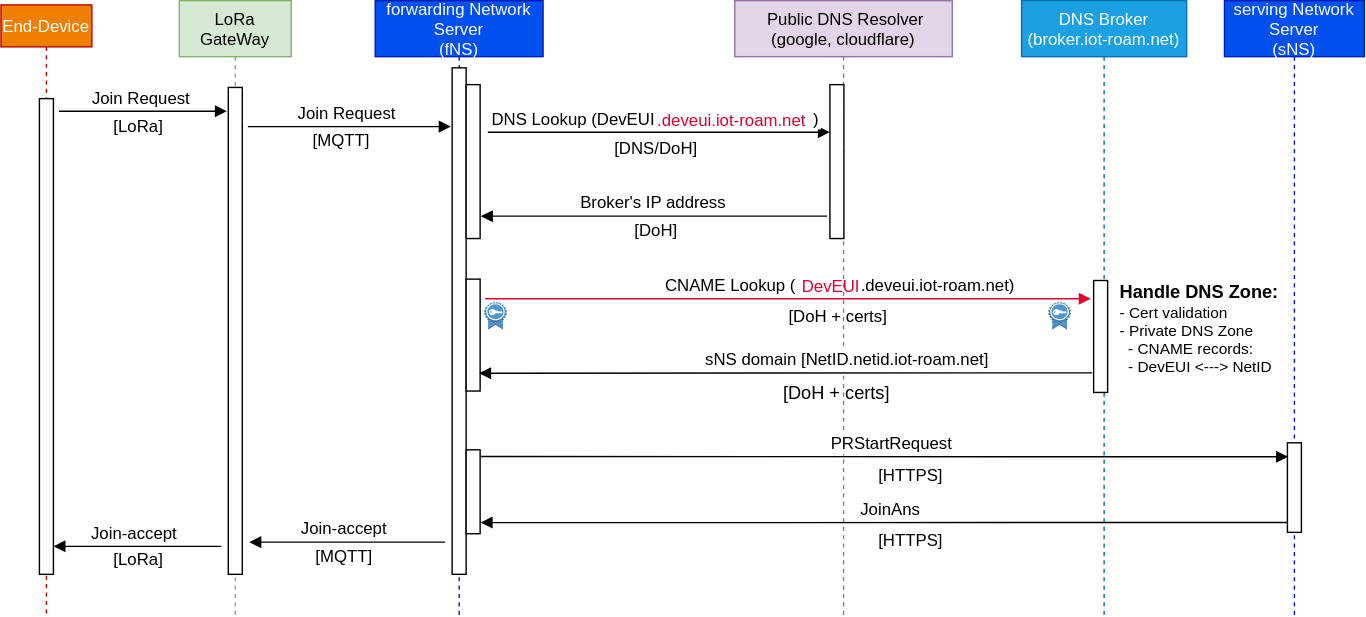
Before: images/echange.svg, a diagram exported from draw.io (MarinoMtz/LoRaWAN-Roaming-Tutorial). Source tidied: cells renumbered, new cells last; positions are measured from the earlier drawing's top-left corner, leaving out a move shared by most shapes.
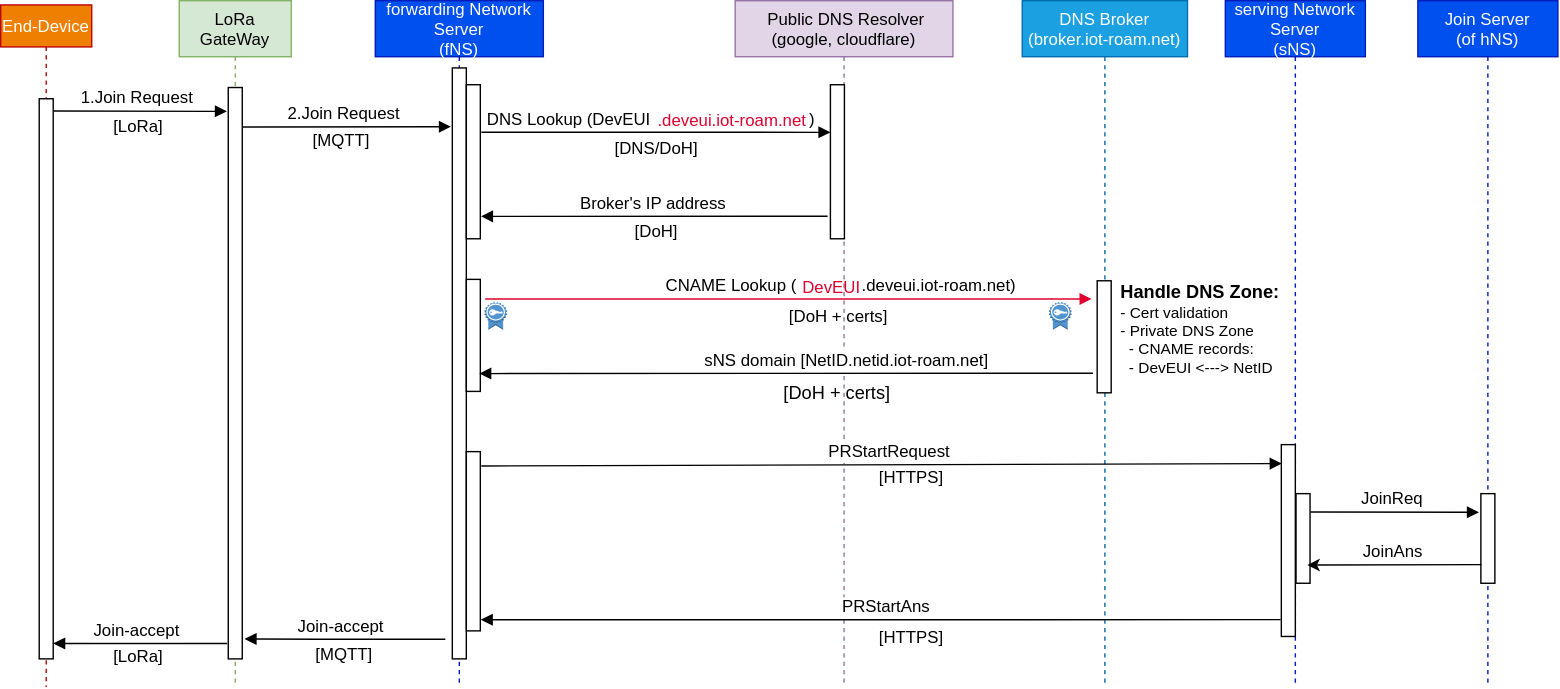
After the change.

Change to the diagram source:
```diff
@@ -9,17 +9,17 @@
       </mxGeometry>
     </mxCell>
     <mxCell id="3" value="forwarding Network &#10;Server&#10;(fNS)" style="shape=umlLifeline;perimeter=lifelinePerimeter;rounded=0;shadow=0;strokeWidth=1;size=40;fillColor=#0050ef;fontColor=#ffffff;strokeColor=#001DBC;" parent="1" vertex="1">
-      <mxGeometry x="267.5" width="120" height="440" as="geometry" />
+      <mxGeometry x="267.5" width="120" height="490" as="geometry" />
     </mxCell>
-    <mxCell id="4" style="perimeter=orthogonalPerimeter;rounded=0;shadow=0;strokeWidth=1;" parent="3" vertex="1">
-      <mxGeometry x="55" y="48" width="10" height="362" as="geometry" />
-    </mxCell>
+    <mxCell id="42" style="perimeter=orthogonalPerimeter;rounded=0;shadow=0;strokeWidth=1;" parent="3" vertex="1">
+      <mxGeometry x="55" y="48" width="10" height="422" as="geometry" />
+    </mxCell>
     <mxCell id="5" style="points=[];perimeter=orthogonalPerimeter;rounded=0;shadow=0;strokeWidth=1;" parent="3" vertex="1">
       <mxGeometry x="65" y="60" width="10" height="110" as="geometry" />
     </mxCell>
-    <mxCell id="6" style="points=[];perimeter=orthogonalPerimeter;rounded=0;shadow=0;strokeWidth=1;" parent="3" vertex="1">
-      <mxGeometry x="65" y="321" width="10" height="60" as="geometry" />
-    </mxCell>
+    <mxCell id="43" style="points=[];perimeter=orthogonalPerimeter;rounded=0;shadow=0;strokeWidth=1;" parent="3" vertex="1">
+      <mxGeometry x="65" y="322" width="10" height="128" as="geometry" />
+    </mxCell>
     <mxCell id="7" style="points=[];perimeter=orthogonalPerimeter;rounded=0;shadow=0;strokeWidth=1;" parent="3" vertex="1">
       <mxGeometry x="65" y="199" width="10" height="80" as="geometry" />
     </mxCell>
@@ -30,7 +30,7 @@
       <mxGeometry x="481.2" y="215" width="16" height="20" as="geometry" />
     </mxCell>
     <mxCell id="10" value=" Public DNS Resolver&#10;(google, cloudflare)" style="shape=umlLifeline;perimeter=lifelinePerimeter;rounded=0;shadow=0;strokeWidth=1;fillColor=#e1d5e7;strokeColor=#9673a6;" parent="1" vertex="1">
-      <mxGeometry x="524.5" width="155.5" height="440" as="geometry" />
+      <mxGeometry x="524.5" width="155.5" height="490" as="geometry" />
     </mxCell>
     <mxCell id="11" style="points=[];perimeter=orthogonalPerimeter;rounded=0;shadow=0;strokeWidth=1;" parent="10" vertex="1">
       <mxGeometry x="68" y="60" width="10" height="110" as="geometry" />
@@ -44,88 +44,80 @@
     <mxCell id="13" value="[DoH + certs]" style="text;html=1;align=center;verticalAlign=middle;strokeColor=none;fillColor=none;" parent="10" vertex="1">
       <mxGeometry x="28" y="215.5" width="90" height="20" as="geometry" />
     </mxCell>
-    <mxCell id="14" value="[HTTPS]" style="text;html=1;align=center;verticalAlign=middle;strokeColor=none;fillColor=none;" parent="10" vertex="1">
-      <mxGeometry x="95.5" y="330" width="60" height="20" as="geometry" />
-    </mxCell>
+    <mxCell id="44" value="[HTTPS]" style="text;html=1;align=center;verticalAlign=middle;strokeColor=none;fillColor=none;" parent="10" vertex="1">
+      <mxGeometry x="95.5" y="331" width="60" height="20" as="geometry" />
+    </mxCell>
     <mxCell id="15" value="[DoH + certs]" style="text;html=1;align=center;verticalAlign=middle;strokeColor=none;fillColor=none;fontSize=13;" parent="10" vertex="1">
       <mxGeometry x="27.2" y="270" width="90" height="20" as="geometry" />
     </mxCell>
-    <mxCell id="16" value="[HTTPS]" style="text;html=1;align=center;verticalAlign=middle;strokeColor=none;fillColor=none;" parent="10" vertex="1">
-      <mxGeometry x="95.5" y="376" width="60" height="20" as="geometry" />
-    </mxCell>
+    <mxCell id="45" value="[HTTPS]" style="text;html=1;align=center;verticalAlign=middle;strokeColor=none;fillColor=none;" parent="10" vertex="1">
+      <mxGeometry x="95.5" y="445" width="60" height="20" as="geometry" />
+    </mxCell>
-    <mxCell id="17" value="DNS Lookup (DevEUI                                  )" style="verticalAlign=bottom;endArrow=block;shadow=0;strokeWidth=1;entryX=0;entryY=0.309;entryDx=0;entryDy=0;entryPerimeter=0;fontSize=12;" parent="1" edge="1" target="11">
-      <mxGeometry x="-0.02" relative="1" as="geometry">
-        <mxPoint x="348" y="94" as="sourcePoint" />
-      </mxGeometry>
+    <mxCell id="17" value="DNS Lookup (DevEUI                                  )" style="verticalAlign=bottom;endArrow=block;shadow=0;strokeWidth=1;entryX=0;entryY=0.309;entryDx=0;entryDy=0;entryPerimeter=0;fontSize=12;exitX=1.073;exitY=0.308;exitDx=0;exitDy=0;exitPerimeter=0;" parent="1" edge="1" source="5" target="11">
+      <mxGeometry x="-0.02" relative="1" as="geometry" />
     </mxCell>
     <mxCell id="18" value="serving Network &#10;Server&#10;(sNS)" style="shape=umlLifeline;perimeter=lifelinePerimeter;rounded=0;shadow=0;strokeWidth=1;fillColor=#0050ef;fontColor=#ffffff;strokeColor=#001DBC;" parent="1" vertex="1">
-      <mxGeometry x="874.5" width="100" height="440" as="geometry" />
+      <mxGeometry x="874.5" width="100" height="490" as="geometry" />
     </mxCell>
-    <mxCell id="19" style="perimeter=orthogonalPerimeter;rounded=0;shadow=0;strokeWidth=1;" parent="18" vertex="1">
-      <mxGeometry x="45" y="316" width="10" height="64" as="geometry" />
-    </mxCell>
+    <mxCell id="46" style="points=[];perimeter=orthogonalPerimeter;rounded=0;shadow=0;strokeWidth=1;" parent="18" vertex="1">
+      <mxGeometry x="40" y="317" width="10" height="137" as="geometry" />
+    </mxCell>
     <mxCell id="20" value="DNS Broker&#10;(broker.iot-roam.net)" style="shape=umlLifeline;perimeter=lifelinePerimeter;rounded=0;shadow=0;strokeWidth=1;fillColor=#1ba1e2;fontColor=#ffffff;strokeColor=#006EAF;" parent="1" vertex="1">
-      <mxGeometry x="729.5" width="118" height="440" as="geometry" />
+      <mxGeometry x="729.5" width="118" height="490" as="geometry" />
     </mxCell>
-    <mxCell id="21" style="perimeter=orthogonalPerimeter;rounded=0;shadow=0;strokeWidth=1;fillColor=default;" parent="20" vertex="1">
-      <mxGeometry x="51.5" y="200" width="10" height="80" as="geometry" />
-    </mxCell>
+    <mxCell id="47" style="perimeter=orthogonalPerimeter;rounded=0;shadow=0;strokeWidth=1;fillColor=default;" parent="20" vertex="1">
+      <mxGeometry x="53.5" y="200" width="10" height="80" as="geometry" />
+    </mxCell>
     <mxCell id="22" value="&lt;div style=&quot;font-size: 11px&quot;&gt;&lt;font size=&quot;1&quot;&gt;&lt;b style=&quot;font-size: 13px&quot;&gt;Handle DNS Zone:&lt;/b&gt;&lt;/font&gt;&lt;/div&gt;&lt;div style=&quot;font-size: 11px&quot;&gt;- Cert validation&lt;br style=&quot;font-size: 11px&quot;&gt;&lt;/div&gt;&lt;div style=&quot;font-size: 11px&quot;&gt;&lt;div style=&quot;font-size: 11px&quot;&gt;- Private DNS Zone&lt;/div&gt;&lt;div style=&quot;font-size: 11px&quot;&gt;&amp;nbsp; - CNAME records:&lt;br&gt;&lt;/div&gt;&lt;div style=&quot;font-size: 11px&quot;&gt;&amp;nbsp; - DevEUI &amp;lt;---&amp;gt; NetID&lt;br&gt;&lt;/div&gt;&lt;/div&gt;" style="text;html=1;strokeColor=none;fillColor=none;align=left;verticalAlign=middle;whiteSpace=wrap;rounded=0;fontSize=11;" parent="20" vertex="1">
       <mxGeometry x="68" y="200" width="140" height="70" as="geometry" />
     </mxCell>
-    <mxCell id="23" value="JoinAns" style="verticalAlign=bottom;endArrow=block;shadow=0;strokeWidth=1;entryX=1.033;entryY=0.867;entryDx=0;entryDy=0;entryPerimeter=0;fontSize=12;" parent="1" edge="1">
-      <mxGeometry x="-0.01" relative="1" as="geometry">
-        <mxPoint x="920" y="373" as="sourcePoint" />
-        <mxPoint x="342.8" y="373" as="targetPoint" />
-      </mxGeometry>
-    </mxCell>
+    <mxCell id="48" value="PRStartAns" style="verticalAlign=bottom;endArrow=block;shadow=0;strokeWidth=1;entryX=1.033;entryY=0.867;entryDx=0;entryDy=0;entryPerimeter=0;fontSize=12;" parent="1" edge="1">
+      <mxGeometry x="-0.01" relative="1" as="geometry">
+        <mxPoint x="914" y="442" as="sourcePoint" />
+        <mxPoint x="342.8" y="442" as="targetPoint" />
+      </mxGeometry>
+    </mxCell>
-    <mxCell id="24" value=" PRStartRequest" style="verticalAlign=bottom;endArrow=block;shadow=0;strokeWidth=1;exitX=1.069;exitY=0.08;exitDx=0;exitDy=0;exitPerimeter=0;fontSize=12;" parent="1" edge="1" source="6">
-      <mxGeometry x="0.01" relative="1" as="geometry">
-        <mxPoint x="920" y="326" as="targetPoint" />
-      </mxGeometry>
+    <mxCell id="24" value=" PRStartRequest" style="verticalAlign=bottom;endArrow=block;shadow=0;strokeWidth=1;exitX=1.069;exitY=0.08;exitDx=0;exitDy=0;exitPerimeter=0;fontSize=12;entryX=0.027;entryY=0.099;entryDx=0;entryDy=0;entryPerimeter=0;" parent="1" edge="1" source="43" target="46">
+      <mxGeometry x="0.01" relative="1" as="geometry" />
     </mxCell>
     <mxCell id="25" value="End-Device" style="shape=umlLifeline;perimeter=lifelinePerimeter;rounded=0;shadow=0;strokeWidth=1;size=30;fillColor=#EF7F00;fontColor=#ffffff;strokeColor=#BC0404;" parent="1" vertex="1">
-      <mxGeometry y="3" width="65" height="437" as="geometry" />
+      <mxGeometry y="3" width="65" height="487" as="geometry" />
     </mxCell>
-    <mxCell id="26" style="perimeter=orthogonalPerimeter;rounded=0;shadow=0;strokeWidth=1;" parent="1" vertex="1">
-      <mxGeometry x="27.5" y="70" width="10" height="340" as="geometry" />
-    </mxCell>
-    <mxCell id="27" value="Join-accept" style="verticalAlign=bottom;endArrow=block;shadow=0;strokeWidth=1;fontSize=12;" parent="1" edge="1">
-      <mxGeometry x="0.03" relative="1" as="geometry">
-        <mxPoint x="317.5" y="387" as="sourcePoint" />
-        <mxPoint x="177.5" y="387" as="targetPoint" />
-        <Array as="points">
-          <mxPoint x="237.5" y="387" />
-        </Array>
-      </mxGeometry>
-    </mxCell>
+    <mxCell id="49" style="points=[];perimeter=orthogonalPerimeter;rounded=0;shadow=0;strokeWidth=1;" parent="1" vertex="1">
+      <mxGeometry x="27.5" y="70" width="10" height="400" as="geometry" />
+    </mxCell>
+    <mxCell id="50" value="Join-accept" style="verticalAlign=bottom;endArrow=block;shadow=0;strokeWidth=1;fontSize=12;entryX=1.166;entryY=0.965;entryDx=0;entryDy=0;entryPerimeter=0;" parent="1" edge="1" target="51">
+      <mxGeometry x="0.03" relative="1" as="geometry">
+        <mxPoint x="317.5" y="456" as="sourcePoint" />
+        <Array as="points">
+          <mxPoint x="237.5" y="456" />
+        </Array>
+      </mxGeometry>
+    </mxCell>
     <mxCell id="28" value="LoRa&#10;GateWay" style="shape=umlLifeline;perimeter=lifelinePerimeter;rounded=0;shadow=0;strokeWidth=1;fillColor=#d5e8d4;strokeColor=#82b366;" parent="1" vertex="1">
-      <mxGeometry x="127.5" width="80" height="440" as="geometry" />
+      <mxGeometry x="127.5" width="80" height="490" as="geometry" />
     </mxCell>
-    <mxCell id="29" style="perimeter=orthogonalPerimeter;rounded=0;shadow=0;strokeWidth=1;" parent="28" vertex="1">
-      <mxGeometry x="35" y="62" width="10" height="348" as="geometry" />
-    </mxCell>
-    <mxCell id="30" value="Join Request" style="verticalAlign=bottom;endArrow=block;shadow=0;strokeWidth=1;fontSize=12;" parent="28" edge="1">
-      <mxGeometry x="-0.02" relative="1" as="geometry">
-        <mxPoint x="-86" y="79" as="sourcePoint" />
-        <mxPoint x="34" y="79" as="targetPoint" />
-      </mxGeometry>
-    </mxCell>
-    <mxCell id="31" value="Join Request" style="verticalAlign=bottom;endArrow=block;shadow=0;strokeWidth=1;fontSize=12;" parent="1" edge="1">
-      <mxGeometry x="-0.02" relative="1" as="geometry">
-        <mxPoint x="176.5" y="90" as="sourcePoint" />
-        <mxPoint x="321.5" y="90" as="targetPoint" />
-      </mxGeometry>
-    </mxCell>
-    <mxCell id="32" value="Join-accept" style="verticalAlign=bottom;endArrow=block;shadow=0;strokeWidth=1;fontSize=12;" parent="1" edge="1">
-      <mxGeometry x="0.03" relative="1" as="geometry">
-        <mxPoint x="157.5" y="390" as="sourcePoint" />
-        <mxPoint x="37.5" y="390" as="targetPoint" />
-        <Array as="points">
-          <mxPoint x="97.5" y="390" />
-        </Array>
-      </mxGeometry>
-    </mxCell>
+    <mxCell id="51" style="points=[];perimeter=orthogonalPerimeter;rounded=0;shadow=0;strokeWidth=1;" parent="28" vertex="1">
+      <mxGeometry x="35" y="62" width="10" height="408" as="geometry" />
+    </mxCell>
+    <mxCell id="52" value="1.Join Request" style="verticalAlign=bottom;endArrow=block;shadow=0;strokeWidth=1;fontSize=12;exitX=1.019;exitY=0.022;exitDx=0;exitDy=0;exitPerimeter=0;" parent="28" edge="1" source="49">
+      <mxGeometry x="-0.02" relative="1" as="geometry">
+        <mxPoint x="34" y="79" as="targetPoint" />
+      </mxGeometry>
+    </mxCell>
+    <mxCell id="53" value="2.Join Request" style="verticalAlign=bottom;endArrow=block;shadow=0;strokeWidth=1;fontSize=12;exitX=0.996;exitY=0.069;exitDx=0;exitDy=0;exitPerimeter=0;" parent="1" edge="1" source="51">
+      <mxGeometry x="-0.02" relative="1" as="geometry">
+        <mxPoint x="321.5" y="90" as="targetPoint" />
+      </mxGeometry>
+    </mxCell>
+    <mxCell id="54" value="Join-accept" style="verticalAlign=bottom;endArrow=block;shadow=0;strokeWidth=1;fontSize=12;exitX=-0.08;exitY=0.973;exitDx=0;exitDy=0;exitPerimeter=0;" parent="1" edge="1" source="51">
+      <mxGeometry x="0.03" relative="1" as="geometry">
+        <mxPoint x="37.5" y="459" as="targetPoint" />
+        <Array as="points">
+          <mxPoint x="97.5" y="459" />
+        </Array>
+      </mxGeometry>
+    </mxCell>
     <mxCell id="33" value="[LoRa]" style="text;html=1;align=center;verticalAlign=middle;strokeColor=none;fillColor=none;" parent="1" vertex="1">
       <mxGeometry x="72.5" y="80" width="50" height="20" as="geometry" />
     </mxCell>
@@ -139,7 +131,7 @@
       <mxGeometry x="442.5" y="155" width="50" height="20" as="geometry" />
     </mxCell>
     <mxCell id="37" value="[MQTT]" style="text;html=1;align=center;verticalAlign=middle;strokeColor=none;fillColor=none;" parent="1" vertex="1">
-      <mxGeometry x="214.5" y="388" width="60" height="20" as="geometry" />
+      <mxGeometry x="214.5" y="457" width="60" height="20" as="geometry" />
     </mxCell>
     <mxCell id="38" value="sNS domain [NetID.netid.iot-roam.net]" style="verticalAlign=bottom;endArrow=block;shadow=0;strokeWidth=1;entryX=0.926;entryY=0.841;entryDx=0;entryDy=0;entryPerimeter=0;fontSize=12;" parent="1" edge="1" target="7">
       <mxGeometry x="-0.2" relative="1" as="geometry">
@@ -147,7 +139,7 @@
       </mxGeometry>
     </mxCell>
     <mxCell id="39" value="[LoRa]" style="text;html=1;align=center;verticalAlign=middle;strokeColor=none;fillColor=none;" parent="1" vertex="1">
-      <mxGeometry x="72.5" y="390" width="50" height="20" as="geometry" />
+      <mxGeometry x="72.5" y="459" width="50" height="20" as="geometry" />
     </mxCell>
     <mxCell id="40" value=".deveui.iot-roam.net" style="text;html=1;align=center;verticalAlign=middle;strokeColor=none;fillColor=none;fontColor=#E0002D;" parent="1" vertex="1">
       <mxGeometry x="461.5" y="76" width="120" height="20" as="geometry" />
@@ -155,5 +147,22 @@
     <mxCell id="41" value="DevEUI" style="text;html=1;align=center;verticalAlign=middle;strokeColor=none;fillColor=none;fontColor=#E0002D;" parent="1" vertex="1">
       <mxGeometry x="562.5" y="195" width="60" height="20" as="geometry" />
     </mxCell>
+    <mxCell id="55" value="Join Server&#10;(of hNS)" style="shape=umlLifeline;perimeter=lifelinePerimeter;rounded=0;shadow=0;strokeWidth=1;fillColor=#0050ef;fontColor=#ffffff;strokeColor=#001DBC;" parent="1" vertex="1">
+      <mxGeometry x="1012" width="100" height="490" as="geometry" />
+    </mxCell>
+    <mxCell id="56" style="points=[];perimeter=orthogonalPerimeter;rounded=0;shadow=0;strokeWidth=1;" parent="1" vertex="1">
+      <mxGeometry x="1057" y="352" width="10" height="64" as="geometry" />
+    </mxCell>
+    <mxCell id="57" style="points=[];perimeter=orthogonalPerimeter;rounded=0;shadow=0;strokeWidth=1;" parent="1" vertex="1">
+      <mxGeometry x="925" y="352" width="10" height="64" as="geometry" />
+    </mxCell>
+    <mxCell id="58" value="JoinReq" style="verticalAlign=bottom;endArrow=block;shadow=0;strokeWidth=1;entryX=-0.14;entryY=0.208;entryDx=0;entryDy=0;entryPerimeter=0;fontSize=12;exitX=1.033;exitY=0.204;exitDx=0;exitDy=0;exitPerimeter=0;" parent="1" edge="1" source="57" target="56">
+      <mxGeometry x="-0.02" relative="1" as="geometry" />
+    </mxCell>
+    <mxCell id="23" value="JoinAns" style="verticalAlign=bottom;endArrow=none;shadow=0;strokeWidth=1;fontSize=12;endFill=0;startArrow=classic;startFill=1;entryX=0.039;entryY=0.792;entryDx=0;entryDy=0;entryPerimeter=0;" parent="1" edge="1" target="56">
+      <mxGeometry x="-0.02" relative="1" as="geometry">
+        <mxPoint x="933" y="403" as="sourcePoint" />
+      </mxGeometry>
+    </mxCell>
   </root>
 </mxGraphModel>
```
